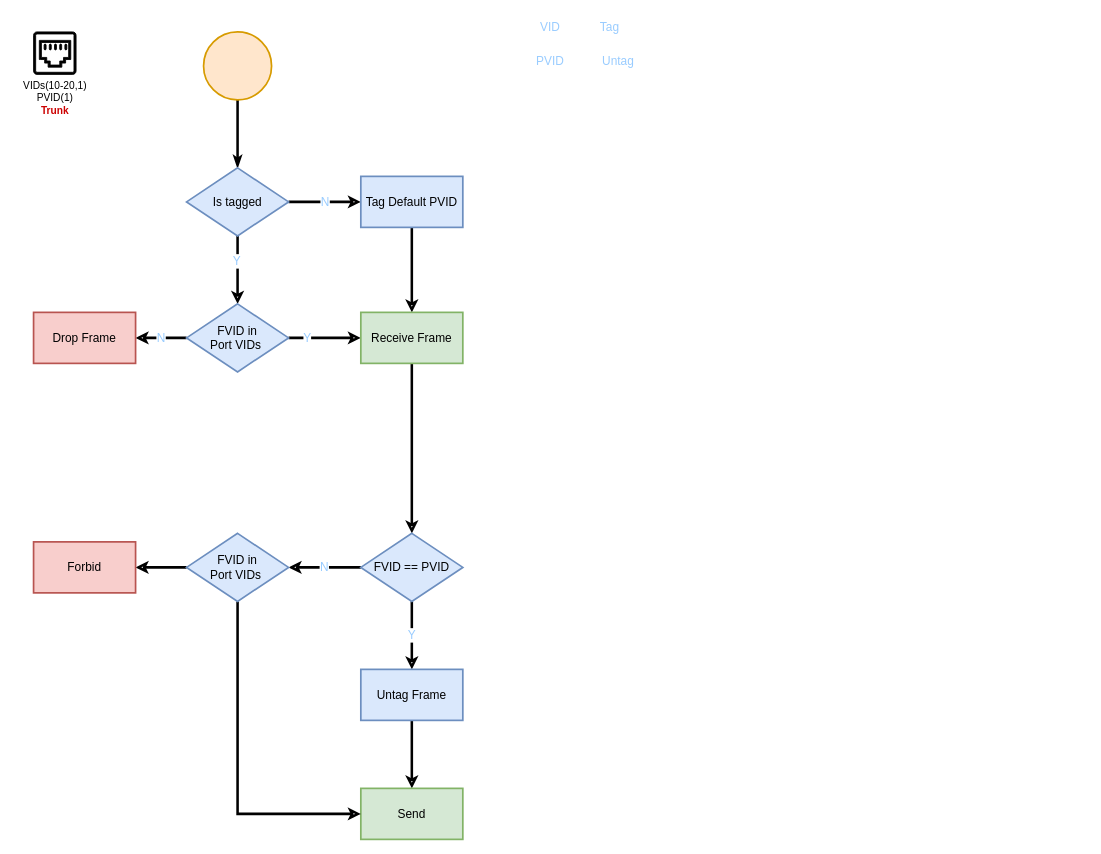
Earlier version of the draw.io diagram page "Trunk Receive/Send" (5 of 10) of VLAN.drawio (gaivin/drawio). Source tidied: cells renumbered, new cells numbered last; positions are measured from the earlier drawing's top-left corner, leaving out a move shared by most shapes. Both pictures are drawn from the tidied source at 85%, with x=0, y=0 at pixel (33, 14).
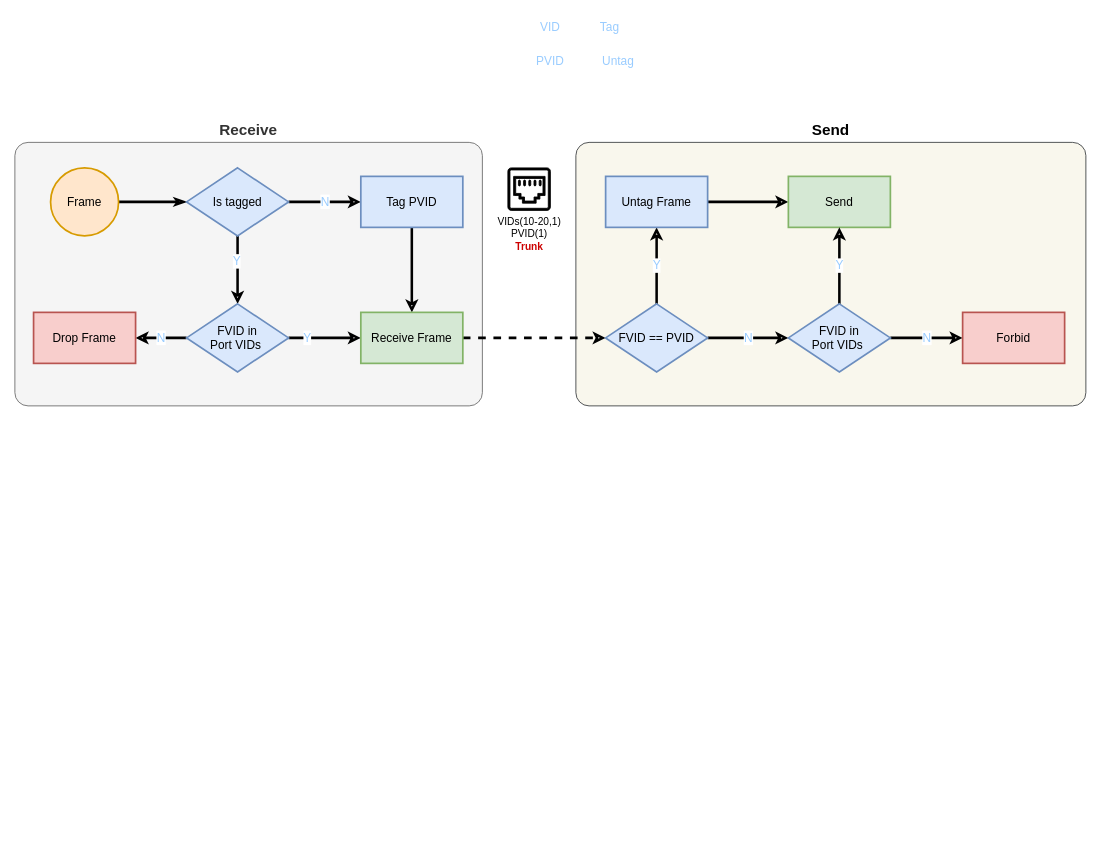
Above is the later version.

The change refers to these unchanged cells:
```xml
<mxCell id="15" value="Receive Frame" style="whiteSpace=wrap;html=1;fontSize=14;rounded=0;shadow=0;sketch=0;strokeWidth=2;gradientDirection=west;fillColor=#d5e8d4;strokeColor=#82b366;" parent="1" vertex="1">
  <mxGeometry x="385" y="350" width="120" height="60" as="geometry" />
</mxCell>
```

The edit, as a diff of the source:
```diff
@@
+    <mxCell id="32" value="Receive" style="rounded=1;whiteSpace=wrap;html=1;arcSize=5;fillColor=#f5f5f5;fontColor=#333333;strokeColor=#666666;labelPosition=center;verticalLabelPosition=top;align=center;verticalAlign=bottom;fontSize=18;fontStyle=1;" parent="1" vertex="1">
+      <mxGeometry x="-22" y="150" width="550" height="310" as="geometry" />
+    </mxCell>
+    <mxCell id="33" value="Send" style="rounded=1;whiteSpace=wrap;html=1;arcSize=5;fillColor=#f9f7ed;strokeColor=#36393d;labelPosition=center;verticalLabelPosition=top;align=center;verticalAlign=bottom;fontSize=18;fontStyle=1;" parent="1" vertex="1">
+      <mxGeometry x="638" y="150" width="600" height="310" as="geometry" />
+    </mxCell>
@@
-    <mxCell id="3" style="ellipse;whiteSpace=wrap;html=1;rounded=0;shadow=0;sketch=0;fontSize=14;strokeWidth=2;gradientDirection=west;fillColor=#ffe6cc;strokeColor=#d79b00;" parent="1" vertex="1">
-      <mxGeometry x="200" y="20" width="80" height="80" as="geometry" />
+    <mxCell id="3" value="Frame" style="ellipse;whiteSpace=wrap;html=1;rounded=0;shadow=0;sketch=0;fontSize=14;strokeWidth=2;gradientDirection=west;fillColor=#ffe6cc;strokeColor=#d79b00;" parent="1" vertex="1">
+      <mxGeometry x="20" y="180" width="80" height="80" as="geometry" />
     </mxCell>
@@
-    <mxCell id="9" value="Tag Default PVID" style="whiteSpace=wrap;html=1;fontSize=14;rounded=0;shadow=0;sketch=0;strokeWidth=2;gradientDirection=west;fillColor=#dae8fc;strokeColor=#6c8ebf;" parent="1" vertex="1">
+    <mxCell id="9" value="Tag PVID" style="whiteSpace=wrap;html=1;fontSize=14;rounded=0;shadow=0;sketch=0;strokeWidth=2;gradientDirection=west;fillColor=#dae8fc;strokeColor=#6c8ebf;" parent="1" vertex="1">
       <mxGeometry x="385" y="190" width="120" height="60" as="geometry" />
     </mxCell>
@@
-    <mxCell id="14" style="edgeStyle=elbowEdgeStyle;rounded=0;jettySize=auto;elbow=vertical;html=1;fontSize=14;fontColor=#99CCFF;endArrow=classic;endFill=0;strokeWidth=3;" parent="1" edge="1" source="15" target="23">
+    <mxCell id="14" style="edgeStyle=elbowEdgeStyle;rounded=0;jettySize=auto;elbow=vertical;html=1;fontSize=14;fontColor=#99CCFF;endArrow=classic;endFill=0;strokeWidth=3;dashed=1;" parent="1" edge="1" source="15" target="23">
       <mxGeometry relative="1" as="geometry" />
     </mxCell>
@@
-    <mxCell id="22" value="N" style="edgeStyle=elbowEdgeStyle;rounded=0;jettySize=auto;elbow=vertical;html=1;fontSize=14;fontColor=#99CCFF;endArrow=classic;endFill=0;strokeWidth=3;entryX=1;entryY=0.5;entryDx=0;entryDy=0;" parent="1" edge="1" source="23" target="30">
+    <mxCell id="22" value="N" style="edgeStyle=elbowEdgeStyle;rounded=0;jettySize=auto;elbow=vertical;html=1;fontSize=14;fontColor=#99CCFF;endArrow=classic;endFill=0;strokeWidth=3;entryX=0;entryY=0.5;entryDx=0;entryDy=0;" parent="1" edge="1" source="23" target="30">
       <mxGeometry relative="1" as="geometry" />
     </mxCell>
     <mxCell id="23" value="FVID == PVID" style="rhombus;whiteSpace=wrap;html=1;fontSize=14;rounded=0;shadow=0;sketch=0;strokeWidth=2;gradientDirection=west;fillColor=#dae8fc;strokeColor=#6c8ebf;" parent="1" vertex="1">
-      <mxGeometry x="385" y="610" width="120" height="80" as="geometry" />
+      <mxGeometry x="673" y="340" width="120" height="80" as="geometry" />
     </mxCell>
@@
     <mxCell id="25" value="Untag Frame" style="whiteSpace=wrap;html=1;fontSize=14;fillColor=#dae8fc;strokeColor=#6c8ebf;rounded=0;shadow=0;sketch=0;strokeWidth=2;gradientDirection=west;" parent="1" vertex="1">
-      <mxGeometry x="385" y="770" width="120" height="60" as="geometry" />
+      <mxGeometry x="673" y="190" width="120" height="60" as="geometry" />
     </mxCell>
     <mxCell id="26" value="VIDs(10-20,1)&lt;br&gt;PVID(1)&lt;br&gt;&lt;b&gt;&lt;font color=&quot;#cc0000&quot;&gt;Trunk&lt;/font&gt;&lt;/b&gt;" style="sketch=0;shadow=0;dashed=0;html=1;strokeColor=#000000;fillColor=#000000;labelPosition=center;verticalLabelPosition=bottom;verticalAlign=top;align=center;shape=mxgraph.vvd.ethernet_port;fontColor=#000000;" parent="1" vertex="1">
-      <mxGeometry y="20" width="50" height="50" as="geometry" />
+      <mxGeometry x="558" y="180" width="50" height="50" as="geometry" />
     </mxCell>
     <mxCell id="27" value="Send" style="whiteSpace=wrap;html=1;fontSize=14;fillColor=#d5e8d4;strokeColor=#82b366;rounded=0;shadow=0;sketch=0;strokeWidth=2;gradientDirection=west;" parent="1" vertex="1">
-      <mxGeometry x="385" y="910" width="120" height="60" as="geometry" />
+      <mxGeometry x="888" y="190" width="120" height="60" as="geometry" />
     </mxCell>
-    <mxCell id="28" style="edgeStyle=orthogonalEdgeStyle;rounded=0;jettySize=auto;html=1;exitX=0.5;exitY=1;exitDx=0;exitDy=0;entryX=0;entryY=0.5;entryDx=0;entryDy=0;fontSize=14;fontColor=#99CCFF;endArrow=classic;endFill=0;strokeWidth=3;" parent="1" edge="1" source="30" target="27">
+    <mxCell id="28" value="Y" style="edgeStyle=orthogonalEdgeStyle;rounded=0;jettySize=auto;html=1;fontSize=14;fontColor=#99CCFF;endArrow=classic;endFill=0;strokeWidth=3;" parent="1" edge="1" source="30" target="27">
       <mxGeometry relative="1" as="geometry" />
     </mxCell>
-    <mxCell id="29" style="edgeStyle=orthogonalEdgeStyle;rounded=0;jettySize=auto;html=1;fontSize=14;fontColor=#99CCFF;endArrow=classic;endFill=0;strokeWidth=3;entryX=1;entryY=0.5;entryDx=0;entryDy=0;" parent="1" edge="1" source="30" target="31">
+    <mxCell id="29" value="N" style="edgeStyle=orthogonalEdgeStyle;rounded=0;jettySize=auto;html=1;fontSize=14;fontColor=#99CCFF;endArrow=classic;endFill=0;strokeWidth=3;entryX=0;entryY=0.5;entryDx=0;entryDy=0;" parent="1" edge="1" source="30" target="31">
       <mxGeometry relative="1" as="geometry" />
     </mxCell>
     <mxCell id="30" value="FVID in &lt;br&gt;Port VIDs&amp;nbsp;" style="rhombus;whiteSpace=wrap;html=1;fontSize=14;rounded=0;shadow=0;sketch=0;strokeWidth=2;gradientDirection=west;fillColor=#dae8fc;strokeColor=#6c8ebf;" parent="1" vertex="1">
-      <mxGeometry x="180" y="610" width="120" height="80" as="geometry" />
+      <mxGeometry x="888" y="340" width="120" height="80" as="geometry" />
     </mxCell>
     <mxCell id="31" value="Forbid" style="whiteSpace=wrap;html=1;fontSize=14;fillColor=#f8cecc;strokeColor=#b85450;rounded=0;shadow=0;sketch=0;strokeWidth=2;gradientDirection=west;" parent="1" vertex="1">
-      <mxGeometry y="620" width="120" height="60" as="geometry" />
+      <mxGeometry x="1093" y="350" width="120" height="60" as="geometry" />
     </mxCell>
```
